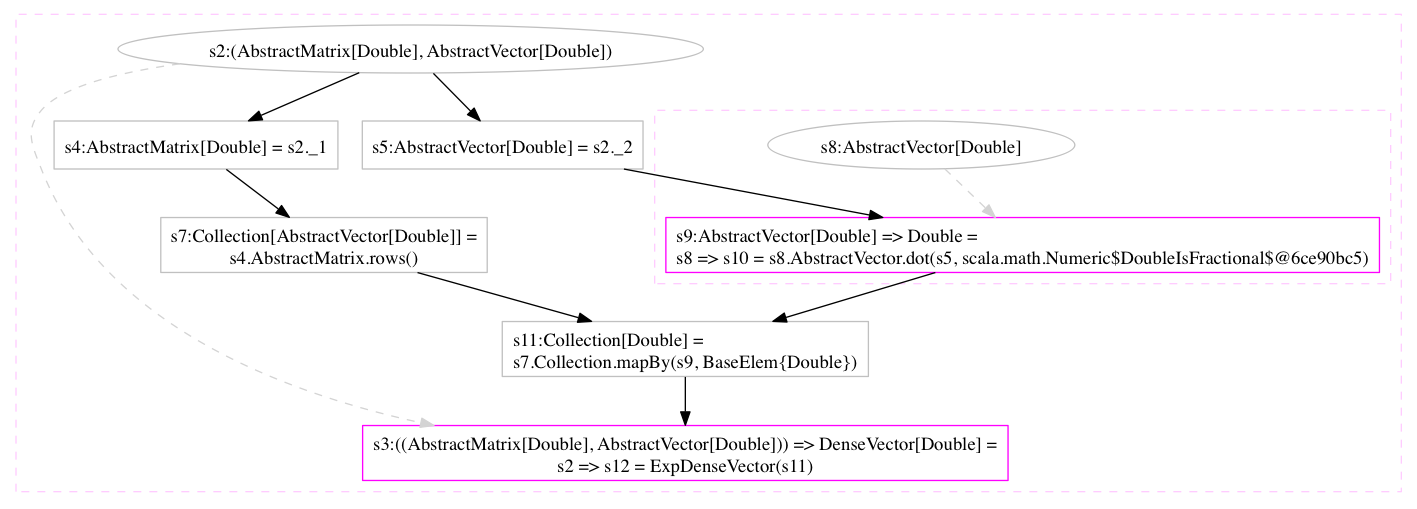
The Graphviz diagram graphs/aamvm.dot.png in scalan/scalan.github.io, before a commit. Its source is kept beside it as graphs/aamvm.dot. The source it was exported from:
```dot
digraph "aamvm.dot" {
concentrate=true

subgraph cluster_s3 {
style=dashed; color="#FFCCFF"
"s2" [
label="s2:(AbstractMatrix[Double], AbstractVector[Double])"
color=gray
]
"s3" [
label="s3:((AbstractMatrix[Double], AbstractVector[Double])) => DenseVector[Double] =\ls2 => s12 = ExpDenseVector(s11)"
shape=box,color=magenta,tooltip="s3:((AbstractMatrix[Double], AbstractVector[Double])) => DenseVector[Double]"
]
{rank=source; s2}
"s4" [
label="s4:AbstractMatrix[Double] = s2._1"
shape=box,color=gray,tooltip="s4:AbstractMatrix[Double]"
]
"s7" [
label="s7:Collection[AbstractVector[Double]] =\ls4.AbstractMatrix.rows()"
shape=box,color=gray,tooltip="s7:Collection[AbstractVector[Double]]"
]
"s5" [
label="s5:AbstractVector[Double] = s2._2"
shape=box,color=gray,tooltip="s5:AbstractVector[Double]"
]
subgraph cluster_s9 {
style=dashed; color="#FFCCFF"
"s8" [
label="s8:AbstractVector[Double]"
color=gray
]
"s9" [
label="s9:AbstractVector[Double] => Double =\ls8 => s10 = s8.AbstractVector.dot(s5, scala.math.Numeric$DoubleIsFractional$@6ce90bc5)"
shape=box,color=magenta,tooltip="s9:AbstractVector[Double] => Double"
]
{rank=source; s8}
{rank=sink; s9}
}
"s11" [
label="s11:Collection[Double] =\ls7.Collection.mapBy(s9, BaseElem{Double})"
shape=box,color=gray,tooltip="s11:Collection[Double]"
]
{rank=sink; s3}
}
"s2" -> "s4" [style=solid]
"s4" -> "s7" [style=solid]
"s7" -> "s11" [style=solid]
"s9" -> "s11" [style=solid]
"s2" -> "s3" [style=dashed, color=lightgray, weight=0]
"s11" -> "s3" [style=solid]
"s2" -> "s5" [style=solid]
"s8" -> "s9" [style=dashed, color=lightgray, weight=0]
"s8" -> "s9" [style=solid]
"s5" -> "s9" [style=solid]
}
```
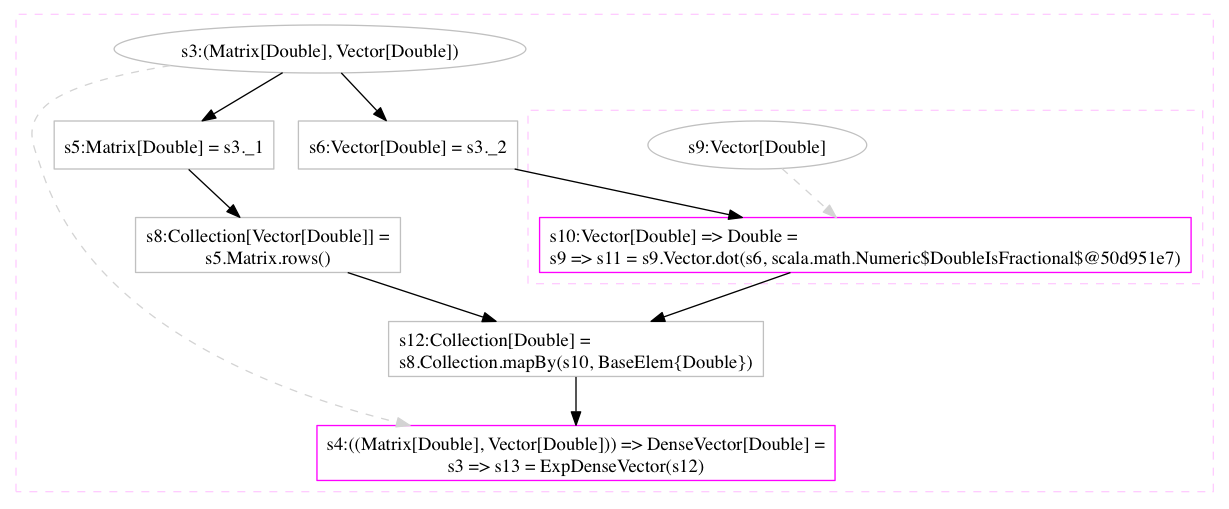
After the commit.

The edit, as a diff of the source:
```diff
@@ -1,56 +1,56 @@
-digraph "aamvm.dot" {
+digraph "mvm.dot" {
 concentrate=true
 
-subgraph cluster_s3 {
+subgraph cluster_s4 {
 style=dashed; color="#FFCCFF"
-"s2" [
-label="s2:(AbstractMatrix[Double], AbstractVector[Double])"
+"s3" [
+label="s3:(Matrix[Double], Vector[Double])"
 color=gray
 ]
-"s3" [
-label="s3:((AbstractMatrix[Double], AbstractVector[Double])) => DenseVector[Double] =\ls2 => s12 = ExpDenseVector(s11)"
-shape=box,color=magenta,tooltip="s3:((AbstractMatrix[Double], AbstractVector[Double])) => DenseVector[Double]"
+"s4" [
+label="s4:((Matrix[Double], Vector[Double])) => DenseVector[Double] =\ls3 => s13 = ExpDenseVector(s12)"
+shape=box,color=magenta,tooltip="s4:((Matrix[Double], Vector[Double])) => DenseVector[Double]"
 ]
-{rank=source; s2}
-"s4" [
-label="s4:AbstractMatrix[Double] = s2._1"
-shape=box,color=gray,tooltip="s4:AbstractMatrix[Double]"
+{rank=source; s3}
+"s5" [
+label="s5:Matrix[Double] = s3._1"
+shape=box,color=gray,tooltip="s5:Matrix[Double]"
 ]
-"s7" [
-label="s7:Collection[AbstractVector[Double]] =\ls4.AbstractMatrix.rows()"
-shape=box,color=gray,tooltip="s7:Collection[AbstractVector[Double]]"
+"s8" [
+label="s8:Collection[Vector[Double]] =\ls5.Matrix.rows()"
+shape=box,color=gray,tooltip="s8:Collection[Vector[Double]]"
 ]
-"s5" [
-label="s5:AbstractVector[Double] = s2._2"
-shape=box,color=gray,tooltip="s5:AbstractVector[Double]"
+"s6" [
+label="s6:Vector[Double] = s3._2"
+shape=box,color=gray,tooltip="s6:Vector[Double]"
 ]
-subgraph cluster_s9 {
+subgraph cluster_s10 {
 style=dashed; color="#FFCCFF"
-"s8" [
-label="s8:AbstractVector[Double]"
+"s9" [
+label="s9:Vector[Double]"
 color=gray
 ]
-"s9" [
-label="s9:AbstractVector[Double] => Double =\ls8 => s10 = s8.AbstractVector.dot(s5, scala.math.Numeric$DoubleIsFractional$@6ce90bc5)"
-shape=box,color=magenta,tooltip="s9:AbstractVector[Double] => Double"
+"s10" [
+label="s10:Vector[Double] => Double =\ls9 => s11 = s9.Vector.dot(s6, scala.math.Numeric$DoubleIsFractional$@50d951e7)"
+shape=box,color=magenta,tooltip="s10:Vector[Double] => Double"
 ]
-{rank=source; s8}
-{rank=sink; s9}
+{rank=source; s9}
+{rank=sink; s10}
 }
-"s11" [
-label="s11:Collection[Double] =\ls7.Collection.mapBy(s9, BaseElem{Double})"
-shape=box,color=gray,tooltip="s11:Collection[Double]"
+"s12" [
+label="s12:Collection[Double] =\ls8.Collection.mapBy(s10, BaseElem{Double})"
+shape=box,color=gray,tooltip="s12:Collection[Double]"
 ]
-{rank=sink; s3}
+{rank=sink; s4}
 }
-"s2" -> "s4" [style=solid]
-"s4" -> "s7" [style=solid]
-"s7" -> "s11" [style=solid]
-"s9" -> "s11" [style=solid]
-"s2" -> "s3" [style=dashed, color=lightgray, weight=0]
-"s11" -> "s3" [style=solid]
-"s2" -> "s5" [style=solid]
-"s8" -> "s9" [style=dashed, color=lightgray, weight=0]
-"s8" -> "s9" [style=solid]
-"s5" -> "s9" [style=solid]
+"s9" -> "s10" [style=dashed, color=lightgray, weight=0]
+"s9" -> "s10" [style=solid]
+"s6" -> "s10" [style=solid]
+"s3" -> "s4" [style=dashed, color=lightgray, weight=0]
+"s12" -> "s4" [style=solid]
+"s3" -> "s6" [style=solid]
+"s8" -> "s12" [style=solid]
+"s10" -> "s12" [style=solid]
+"s3" -> "s5" [style=solid]
+"s5" -> "s8" [style=solid]
 }
```
